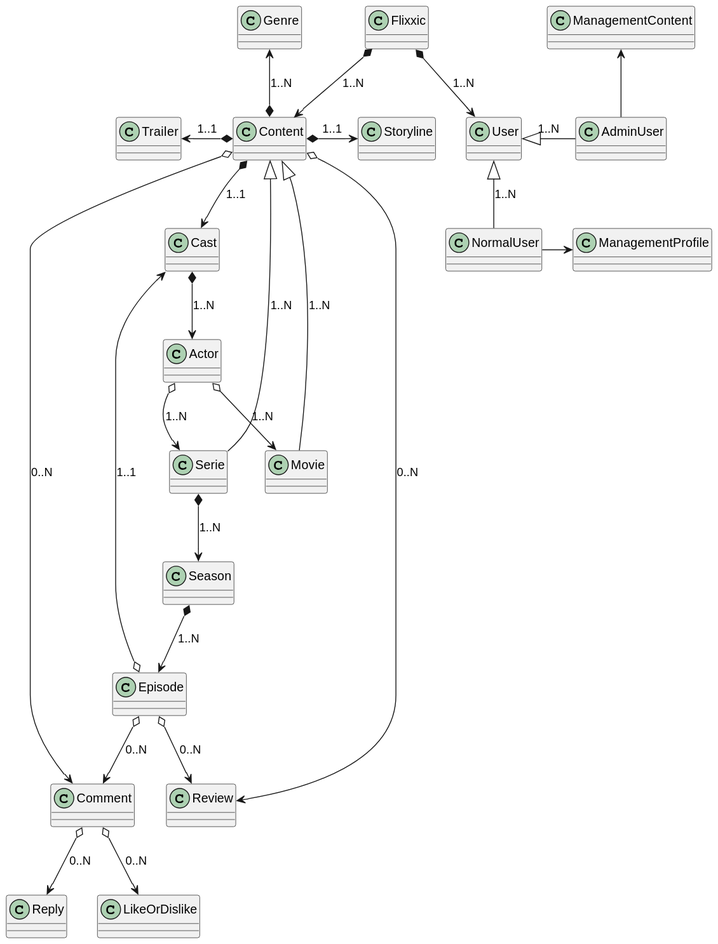
vfred0/requeriments-flixxic keeps this PlantUML diagram as images/docs/0-domain-model/domain-model.svg. Above is the earlier version.
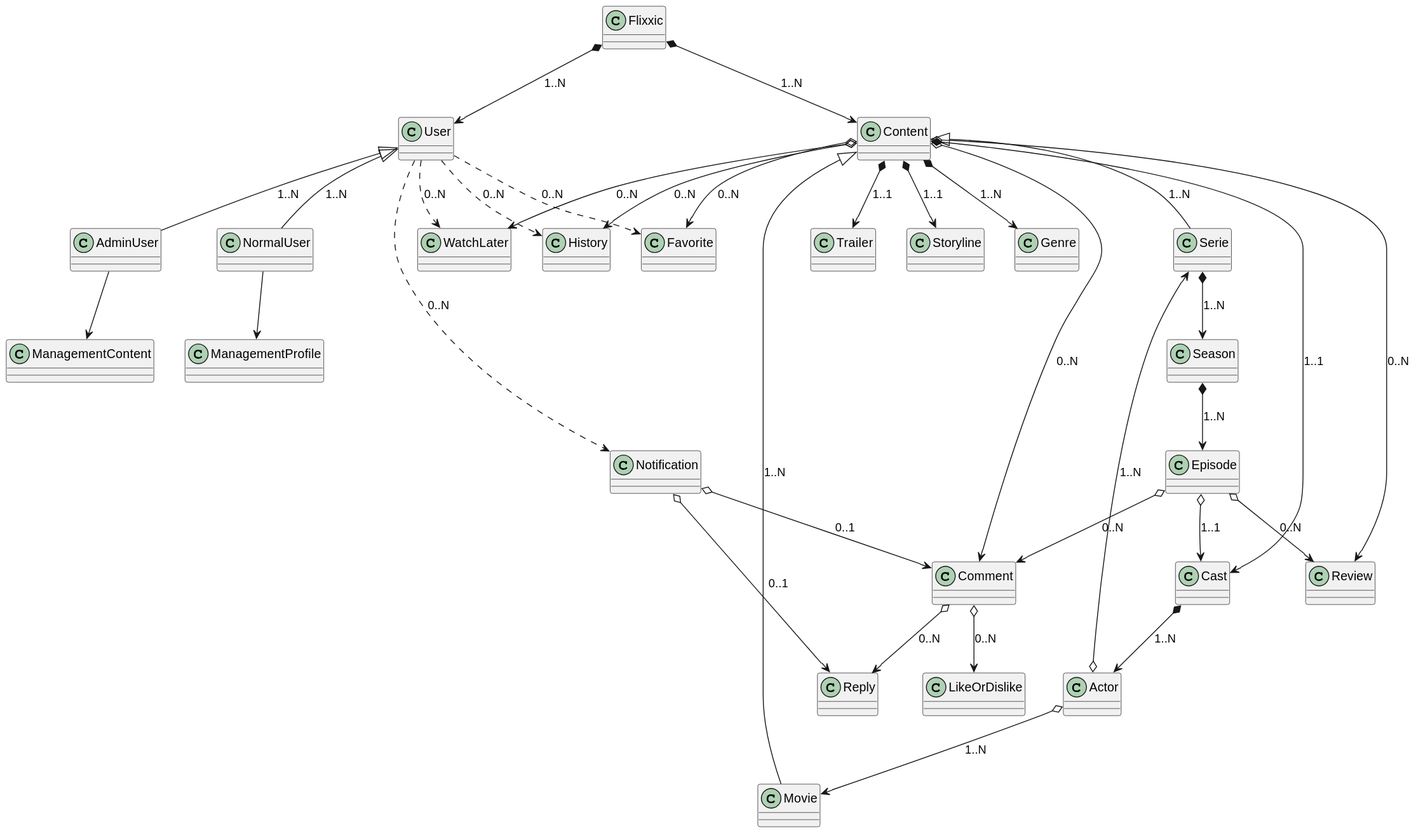
After the change.

Commit message:
Updated domain model

The edit, as a diff of the source:
```diff
@@ -1,4 +1,5 @@
-@startuml
+@startuml domain-model
+
 !define ZERO_TO_ONE 0..1
 !define ZERO_TO_MANY 0..N
 !define ONE_TO_ONE 1..1
@@ -9,19 +10,22 @@
 Flixxic *--> Content: ONE_TO_MANY
 
 User <|-- NormalUser: ONE_TO_MANY
-User <|-right- AdminUser: ONE_TO_MANY
+User <|-- AdminUser: ONE_TO_MANY
 
-NormalUser -right-> ManagementProfile
-AdminUser -up-> ManagementContent
+NormalUser --> ManagementProfile
+AdminUser --> ManagementContent
 
 Content <|-- Movie: ONE_TO_MANY
-Content <|-up- Serie: ONE_TO_MANY
+Content <|-- Serie: ONE_TO_MANY
 Content *--> Cast: ONE_TO_ONE
 Content o--> Comment: ZERO_TO_MANY
-Content *-left-> Trailer: ONE_TO_ONE
-Content *-right-> Storyline: ONE_TO_ONE
-Content *-up-> Genre: ONE_TO_MANY
+Content *--> Trailer: ONE_TO_ONE
+Content *--> Storyline: ONE_TO_ONE
+Content *--> Genre: ONE_TO_MANY
 Content o--> Review: ZERO_TO_MANY
+Content o--> Favorite: ZERO_TO_MANY
+Content o--> WatchLater: ZERO_TO_MANY
+Content o--> History: ZERO_TO_MANY
 
 Cast *--> Actor: ONE_TO_MANY
 
@@ -38,4 +42,14 @@
 
 Comment o--> Reply: ZERO_TO_MANY
 Comment o--> LikeOrDislike: ZERO_TO_MANY
+
+User ..> Notification: ZERO_TO_MANY
+User ..> Favorite: ZERO_TO_MANY
+User ..> WatchLater: ZERO_TO_MANY
+User ..> History: ZERO_TO_MANY
+
+Notification o--> Comment: ZERO_TO_ONE
+Notification o--> Reply: ZERO_TO_ONE
+
+
 @enduml
```
